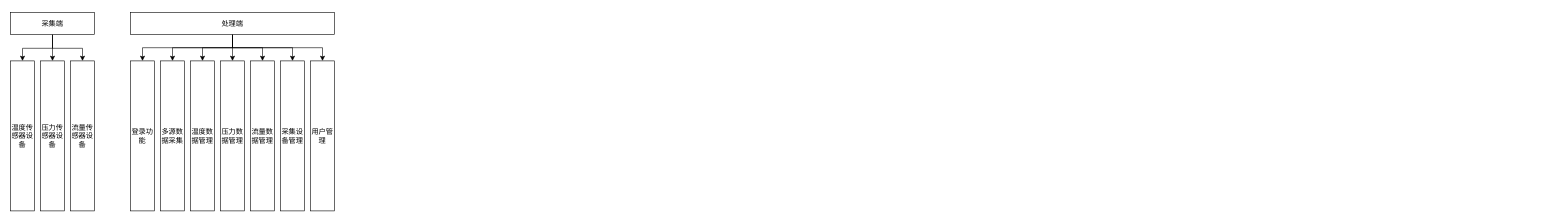
Above: 用例图.drawio in Thesis7/review--master (draw.io), before the change. Source tidied: cells renumbered, new cells numbered last; positions are measured from the earlier drawing's top-left corner, leaving out a move shared by most shapes. Both pictures are drawn from the tidied source at 60%, with x=0, y=0 at pixel (10, 12).
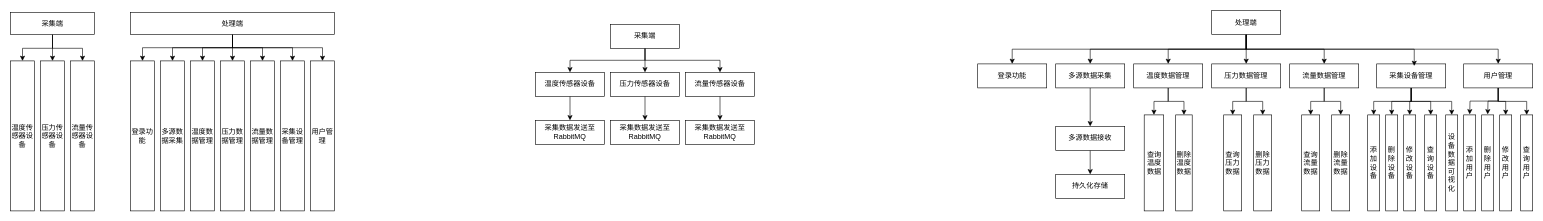
The same diagram, later.

Commit message:
更新用例图.drawio

The edit, as a diff of the source:
```diff
@@
+    <mxCell id="24" style="edgeStyle=orthogonalEdgeStyle;rounded=0;jettySize=auto;html=1;exitX=0.5;exitY=1;exitDx=0;exitDy=0;entryX=0.5;entryY=0;entryDx=0;entryDy=0;" parent="1" edge="1" source="25" target="34">
+      <mxGeometry relative="1" as="geometry" />
+    </mxCell>
+    <mxCell id="25" value="温度传感器设备" style="rounded=0;whiteSpace=wrap;html=1;" parent="1" vertex="1">
+      <mxGeometry x="875" y="100" width="115" height="40" as="geometry" />
+    </mxCell>
+    <mxCell id="26" style="edgeStyle=orthogonalEdgeStyle;rounded=0;jettySize=auto;html=1;exitX=0.5;exitY=1;exitDx=0;exitDy=0;entryX=0.5;entryY=0;entryDx=0;entryDy=0;" parent="1" edge="1" source="27" target="35">
+      <mxGeometry relative="1" as="geometry" />
+    </mxCell>
+    <mxCell id="27" value="压力传感器设备" style="rounded=0;whiteSpace=wrap;html=1;" parent="1" vertex="1">
+      <mxGeometry x="1000" y="100" width="115" height="40" as="geometry" />
+    </mxCell>
+    <mxCell id="28" style="edgeStyle=orthogonalEdgeStyle;rounded=0;jettySize=auto;html=1;exitX=0.5;exitY=1;exitDx=0;exitDy=0;entryX=0.5;entryY=0;entryDx=0;entryDy=0;" parent="1" edge="1" source="29" target="36">
+      <mxGeometry relative="1" as="geometry" />
+    </mxCell>
+    <mxCell id="29" value="流量传感器设备" style="rounded=0;whiteSpace=wrap;html=1;" parent="1" vertex="1">
+      <mxGeometry x="1125" y="100" width="115" height="40" as="geometry" />
+    </mxCell>
+    <mxCell id="30" style="edgeStyle=orthogonalEdgeStyle;rounded=0;jettySize=auto;html=1;exitX=0.5;exitY=1;exitDx=0;exitDy=0;entryX=0.5;entryY=0;entryDx=0;entryDy=0;" parent="1" edge="1" source="33" target="27">
+      <mxGeometry relative="1" as="geometry" />
+    </mxCell>
+    <mxCell id="31" style="edgeStyle=orthogonalEdgeStyle;rounded=0;jettySize=auto;html=1;exitX=0.5;exitY=1;exitDx=0;exitDy=0;entryX=0.5;entryY=0;entryDx=0;entryDy=0;" parent="1" edge="1" source="33" target="25">
+      <mxGeometry relative="1" as="geometry" />
+    </mxCell>
+    <mxCell id="32" style="edgeStyle=orthogonalEdgeStyle;rounded=0;jettySize=auto;html=1;exitX=0.5;exitY=1;exitDx=0;exitDy=0;entryX=0.5;entryY=0;entryDx=0;entryDy=0;" parent="1" edge="1" source="33" target="29">
+      <mxGeometry relative="1" as="geometry" />
+    </mxCell>
+    <mxCell id="33" value="采集端" style="rounded=0;whiteSpace=wrap;html=1;" parent="1" vertex="1">
+      <mxGeometry x="1000" y="20" width="115" height="40" as="geometry" />
+    </mxCell>
+    <mxCell id="34" value="采集数据发送至RabbitMQ" style="rounded=0;whiteSpace=wrap;html=1;" parent="1" vertex="1">
+      <mxGeometry x="875" y="180" width="115" height="40" as="geometry" />
+    </mxCell>
+    <mxCell id="35" value="采集数据发送至RabbitMQ" style="rounded=0;whiteSpace=wrap;html=1;" parent="1" vertex="1">
+      <mxGeometry x="1000" y="180" width="115" height="40" as="geometry" />
+    </mxCell>
+    <mxCell id="36" value="采集数据发送至RabbitMQ" style="rounded=0;whiteSpace=wrap;html=1;" parent="1" vertex="1">
+      <mxGeometry x="1125" y="180" width="115" height="40" as="geometry" />
+    </mxCell>
+    <mxCell id="37" style="edgeStyle=orthogonalEdgeStyle;rounded=0;jettySize=auto;html=1;exitX=0.5;exitY=1;exitDx=0;exitDy=0;entryX=0.5;entryY=0;entryDx=0;entryDy=0;" parent="1" edge="1" source="43" target="46">
+      <mxGeometry relative="1" as="geometry" />
+    </mxCell>
+    <mxCell id="38" style="edgeStyle=orthogonalEdgeStyle;rounded=0;jettySize=auto;html=1;exitX=0.5;exitY=1;exitDx=0;exitDy=0;entryX=0.5;entryY=0;entryDx=0;entryDy=0;" parent="1" edge="1" source="43" target="44">
+      <mxGeometry relative="1" as="geometry" />
+    </mxCell>
+    <mxCell id="39" style="edgeStyle=orthogonalEdgeStyle;rounded=0;jettySize=auto;html=1;exitX=0.5;exitY=1;exitDx=0;exitDy=0;entryX=0.5;entryY=0;entryDx=0;entryDy=0;" parent="1" edge="1" source="43" target="49">
+      <mxGeometry relative="1" as="geometry" />
+    </mxCell>
+    <mxCell id="40" style="edgeStyle=orthogonalEdgeStyle;rounded=0;jettySize=auto;html=1;exitX=0.5;exitY=1;exitDx=0;exitDy=0;entryX=0.5;entryY=0;entryDx=0;entryDy=0;" parent="1" edge="1" source="43" target="52">
+      <mxGeometry relative="1" as="geometry" />
+    </mxCell>
+    <mxCell id="41" style="edgeStyle=orthogonalEdgeStyle;rounded=0;jettySize=auto;html=1;exitX=0.5;exitY=1;exitDx=0;exitDy=0;entryX=0.5;entryY=0;entryDx=0;entryDy=0;" parent="1" edge="1" source="43" target="55">
+      <mxGeometry relative="1" as="geometry" />
+    </mxCell>
+    <mxCell id="42" style="edgeStyle=orthogonalEdgeStyle;rounded=0;jettySize=auto;html=1;exitX=0.5;exitY=1;exitDx=0;exitDy=0;entryX=0.5;entryY=0;entryDx=0;entryDy=0;" parent="1" edge="1" source="43" target="66">
+      <mxGeometry relative="1" as="geometry" />
+    </mxCell>
+    <mxCell id="43" value="处理端" style="rounded=0;whiteSpace=wrap;html=1;" parent="1" vertex="1">
+      <mxGeometry x="2002" y="-3" width="115" height="40" as="geometry" />
+    </mxCell>
+    <mxCell id="44" value="登录功能" style="rounded=0;whiteSpace=wrap;html=1;" parent="1" vertex="1">
+      <mxGeometry x="1612" y="86" width="115" height="40" as="geometry" />
+    </mxCell>
+    <mxCell id="45" style="edgeStyle=orthogonalEdgeStyle;rounded=0;jettySize=auto;html=1;exitX=0.5;exitY=1;exitDx=0;exitDy=0;" parent="1" edge="1" source="46" target="83">
+      <mxGeometry relative="1" as="geometry" />
+    </mxCell>
+    <mxCell id="46" value="多源数据采集" style="rounded=0;whiteSpace=wrap;html=1;" parent="1" vertex="1">
+      <mxGeometry x="1742" y="86" width="115" height="40" as="geometry" />
+    </mxCell>
+    <mxCell id="47" style="edgeStyle=orthogonalEdgeStyle;rounded=0;jettySize=auto;html=1;exitX=0.5;exitY=1;exitDx=0;exitDy=0;entryX=0.5;entryY=0;entryDx=0;entryDy=0;" parent="1" edge="1" source="49" target="80">
+      <mxGeometry relative="1" as="geometry" />
+    </mxCell>
+    <mxCell id="48" style="edgeStyle=orthogonalEdgeStyle;rounded=0;jettySize=auto;html=1;exitX=0.5;exitY=1;exitDx=0;exitDy=0;entryX=0.5;entryY=0;entryDx=0;entryDy=0;" parent="1" edge="1" source="49" target="81">
+      <mxGeometry relative="1" as="geometry" />
+    </mxCell>
+    <mxCell id="49" value="温度数据管理" style="rounded=0;whiteSpace=wrap;html=1;" parent="1" vertex="1">
+      <mxGeometry x="1872" y="86" width="115" height="40" as="geometry" />
+    </mxCell>
+    <mxCell id="50" style="edgeStyle=orthogonalEdgeStyle;rounded=0;jettySize=auto;html=1;exitX=0.5;exitY=1;exitDx=0;exitDy=0;entryX=0.5;entryY=0;entryDx=0;entryDy=0;" parent="1" edge="1" source="52" target="78">
+      <mxGeometry relative="1" as="geometry" />
+    </mxCell>
+    <mxCell id="51" style="edgeStyle=orthogonalEdgeStyle;rounded=0;jettySize=auto;html=1;exitX=0.5;exitY=1;exitDx=0;exitDy=0;entryX=0.5;entryY=0;entryDx=0;entryDy=0;" parent="1" edge="1" source="52" target="79">
+      <mxGeometry relative="1" as="geometry" />
+    </mxCell>
+    <mxCell id="52" value="压力数据管理" style="rounded=0;whiteSpace=wrap;html=1;" parent="1" vertex="1">
+      <mxGeometry x="2002" y="86" width="115" height="40" as="geometry" />
+    </mxCell>
+    <mxCell id="53" style="edgeStyle=orthogonalEdgeStyle;rounded=0;jettySize=auto;html=1;exitX=0.5;exitY=1;exitDx=0;exitDy=0;entryX=0.5;entryY=0;entryDx=0;entryDy=0;" parent="1" edge="1" source="55" target="76">
+      <mxGeometry relative="1" as="geometry" />
+    </mxCell>
+    <mxCell id="54" style="edgeStyle=orthogonalEdgeStyle;rounded=0;jettySize=auto;html=1;exitX=0.5;exitY=1;exitDx=0;exitDy=0;entryX=0.5;entryY=0;entryDx=0;entryDy=0;" parent="1" edge="1" source="55" target="77">
+      <mxGeometry relative="1" as="geometry" />
+    </mxCell>
+    <mxCell id="55" value="流量数据管理" style="rounded=0;whiteSpace=wrap;html=1;" parent="1" vertex="1">
+      <mxGeometry x="2132" y="86" width="115" height="40" as="geometry" />
+    </mxCell>
+    <mxCell id="56" style="edgeStyle=orthogonalEdgeStyle;rounded=0;jettySize=auto;html=1;exitX=0.5;exitY=1;exitDx=0;exitDy=0;entryX=0.5;entryY=0;entryDx=0;entryDy=0;" parent="1" edge="1" source="61" target="71">
+      <mxGeometry relative="1" as="geometry" />
+    </mxCell>
+    <mxCell id="57" style="edgeStyle=orthogonalEdgeStyle;rounded=0;jettySize=auto;html=1;exitX=0.5;exitY=1;exitDx=0;exitDy=0;entryX=0.5;entryY=0;entryDx=0;entryDy=0;" parent="1" edge="1" source="61" target="72">
+      <mxGeometry relative="1" as="geometry" />
+    </mxCell>
+    <mxCell id="58" style="edgeStyle=orthogonalEdgeStyle;rounded=0;jettySize=auto;html=1;exitX=0.5;exitY=1;exitDx=0;exitDy=0;entryX=0.5;entryY=0;entryDx=0;entryDy=0;" parent="1" edge="1" source="61" target="73">
+      <mxGeometry relative="1" as="geometry" />
+    </mxCell>
+    <mxCell id="59" style="edgeStyle=orthogonalEdgeStyle;rounded=0;jettySize=auto;html=1;exitX=0.5;exitY=1;exitDx=0;exitDy=0;entryX=0.5;entryY=0;entryDx=0;entryDy=0;" parent="1" edge="1" source="61" target="74">
+      <mxGeometry relative="1" as="geometry" />
+    </mxCell>
+    <mxCell id="60" style="edgeStyle=orthogonalEdgeStyle;rounded=0;jettySize=auto;html=1;exitX=0.5;exitY=1;exitDx=0;exitDy=0;" parent="1" edge="1" source="61" target="75">
+      <mxGeometry relative="1" as="geometry" />
+    </mxCell>
+    <mxCell id="61" value="采集设备管理" style="rounded=0;whiteSpace=wrap;html=1;" parent="1" vertex="1">
+      <mxGeometry x="2277" y="86" width="115" height="40" as="geometry" />
+    </mxCell>
+    <mxCell id="62" style="edgeStyle=orthogonalEdgeStyle;rounded=0;jettySize=auto;html=1;exitX=0.5;exitY=1;exitDx=0;exitDy=0;" parent="1" edge="1" source="66">
+      <mxGeometry relative="1" as="geometry">
+        <mxPoint x="2432" y="170" as="targetPoint" />
+      </mxGeometry>
+    </mxCell>
+    <mxCell id="63" style="edgeStyle=orthogonalEdgeStyle;rounded=0;jettySize=auto;html=1;exitX=0.5;exitY=1;exitDx=0;exitDy=0;" parent="1" edge="1" source="66">
+      <mxGeometry relative="1" as="geometry">
+        <mxPoint x="2462" y="170" as="targetPoint" />
+      </mxGeometry>
+    </mxCell>
+    <mxCell id="64" style="edgeStyle=orthogonalEdgeStyle;rounded=0;jettySize=auto;html=1;exitX=0.5;exitY=1;exitDx=0;exitDy=0;entryX=0.5;entryY=0;entryDx=0;entryDy=0;" parent="1" edge="1" source="66" target="69">
+      <mxGeometry relative="1" as="geometry" />
+    </mxCell>
+    <mxCell id="65" style="edgeStyle=orthogonalEdgeStyle;rounded=0;jettySize=auto;html=1;exitX=0.5;exitY=1;exitDx=0;exitDy=0;entryX=0.5;entryY=0;entryDx=0;entryDy=0;" parent="1" edge="1" source="66" target="70">
+      <mxGeometry relative="1" as="geometry" />
+    </mxCell>
+    <mxCell id="66" value="用户管理" style="rounded=0;whiteSpace=wrap;html=1;" parent="1" vertex="1">
+      <mxGeometry x="2422" y="86" width="115" height="40" as="geometry" />
+    </mxCell>
+    <mxCell id="67" value="添加用户" style="rounded=0;whiteSpace=wrap;html=1;" parent="1" vertex="1">
+      <mxGeometry x="2422" y="171" width="20" height="160" as="geometry" />
+    </mxCell>
+    <mxCell id="68" value="删除用户" style="rounded=0;whiteSpace=wrap;html=1;" parent="1" vertex="1">
+      <mxGeometry x="2452" y="171" width="20" height="160" as="geometry" />
+    </mxCell>
+    <mxCell id="69" value="修改用户" style="rounded=0;whiteSpace=wrap;html=1;" parent="1" vertex="1">
+      <mxGeometry x="2482" y="171" width="20" height="160" as="geometry" />
+    </mxCell>
+    <mxCell id="70" value="查询用户" style="rounded=0;whiteSpace=wrap;html=1;" parent="1" vertex="1">
+      <mxGeometry x="2517" y="171" width="20" height="160" as="geometry" />
+    </mxCell>
+    <mxCell id="71" value="添加设备" style="rounded=0;whiteSpace=wrap;html=1;" parent="1" vertex="1">
+      <mxGeometry x="2262" y="171" width="20" height="160" as="geometry" />
+    </mxCell>
+    <mxCell id="72" value="删除设备" style="rounded=0;whiteSpace=wrap;html=1;" parent="1" vertex="1">
+      <mxGeometry x="2292" y="171" width="20" height="160" as="geometry" />
+    </mxCell>
+    <mxCell id="73" value="修改设备" style="rounded=0;whiteSpace=wrap;html=1;" parent="1" vertex="1">
+      <mxGeometry x="2322" y="171" width="20" height="160" as="geometry" />
+    </mxCell>
+    <mxCell id="74" value="查询设备" style="rounded=0;whiteSpace=wrap;html=1;" parent="1" vertex="1">
+      <mxGeometry x="2357" y="171" width="20" height="160" as="geometry" />
+    </mxCell>
+    <mxCell id="75" value="设备数据可视化" style="rounded=0;whiteSpace=wrap;html=1;" parent="1" vertex="1">
+      <mxGeometry x="2392" y="171" width="20" height="160" as="geometry" />
+    </mxCell>
+    <mxCell id="76" value="查询流量数据" style="rounded=0;whiteSpace=wrap;html=1;" parent="1" vertex="1">
+      <mxGeometry x="2152" y="171" width="30" height="160" as="geometry" />
+    </mxCell>
+    <mxCell id="77" value="删除流量数据" style="rounded=0;whiteSpace=wrap;html=1;" parent="1" vertex="1">
+      <mxGeometry x="2202" y="171" width="30" height="160" as="geometry" />
+    </mxCell>
+    <mxCell id="78" value="查询压力数据" style="rounded=0;whiteSpace=wrap;html=1;" parent="1" vertex="1">
+      <mxGeometry x="2022" y="171" width="30" height="160" as="geometry" />
+    </mxCell>
+    <mxCell id="79" value="删除压力数据" style="rounded=0;whiteSpace=wrap;html=1;" parent="1" vertex="1">
+      <mxGeometry x="2072" y="171" width="30" height="160" as="geometry" />
+    </mxCell>
+    <mxCell id="80" value="查询温度数据" style="rounded=0;whiteSpace=wrap;html=1;" parent="1" vertex="1">
+      <mxGeometry x="1889.5" y="171" width="32.5" height="160" as="geometry" />
+    </mxCell>
+    <mxCell id="81" value="删除温度数据" style="rounded=0;whiteSpace=wrap;html=1;" parent="1" vertex="1">
+      <mxGeometry x="1942" y="171" width="27.5" height="160" as="geometry" />
+    </mxCell>
+    <mxCell id="82" style="edgeStyle=orthogonalEdgeStyle;rounded=0;jettySize=auto;html=1;exitX=0.5;exitY=1;exitDx=0;exitDy=0;entryX=0.5;entryY=0;entryDx=0;entryDy=0;" parent="1" edge="1" source="83" target="84">
+      <mxGeometry relative="1" as="geometry" />
+    </mxCell>
+    <mxCell id="83" value="多源数据接收" style="rounded=0;whiteSpace=wrap;html=1;" parent="1" vertex="1">
+      <mxGeometry x="1742" y="190" width="115" height="40" as="geometry" />
+    </mxCell>
+    <mxCell id="84" value="持久化存储" style="rounded=0;whiteSpace=wrap;html=1;" parent="1" vertex="1">
+      <mxGeometry x="1742" y="270" width="115" height="40" as="geometry" />
+    </mxCell>
+    <mxCell id="85" style="edgeStyle=orthogonalEdgeStyle;rounded=0;jettySize=auto;html=1;exitX=0.5;exitY=1;exitDx=0;exitDy=0;entryX=0.544;entryY=0.085;entryDx=0;entryDy=0;entryPerimeter=0;" parent="1" edge="1" source="43" target="61">
+      <mxGeometry relative="1" as="geometry" />
+    </mxCell>
```
